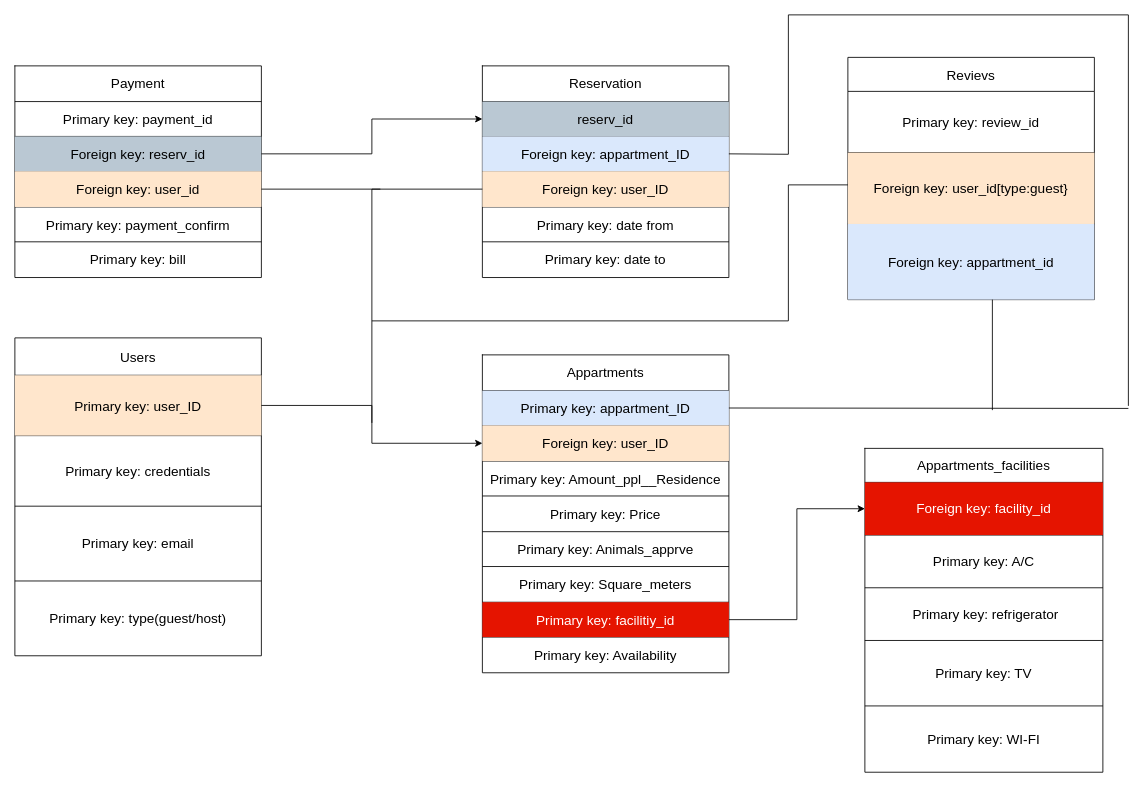
Before: final_01.04.2024.drawio in valebegood/Hometsk_15, a draw.io diagram. Source tidied: cells renumbered, new cells numbered last; positions are measured from the earlier drawing's top-left corner, leaving out a move shared by most shapes. Both pictures are drawn from the tidied source at 85%, with x=0, y=0 at pixel (14, 14).
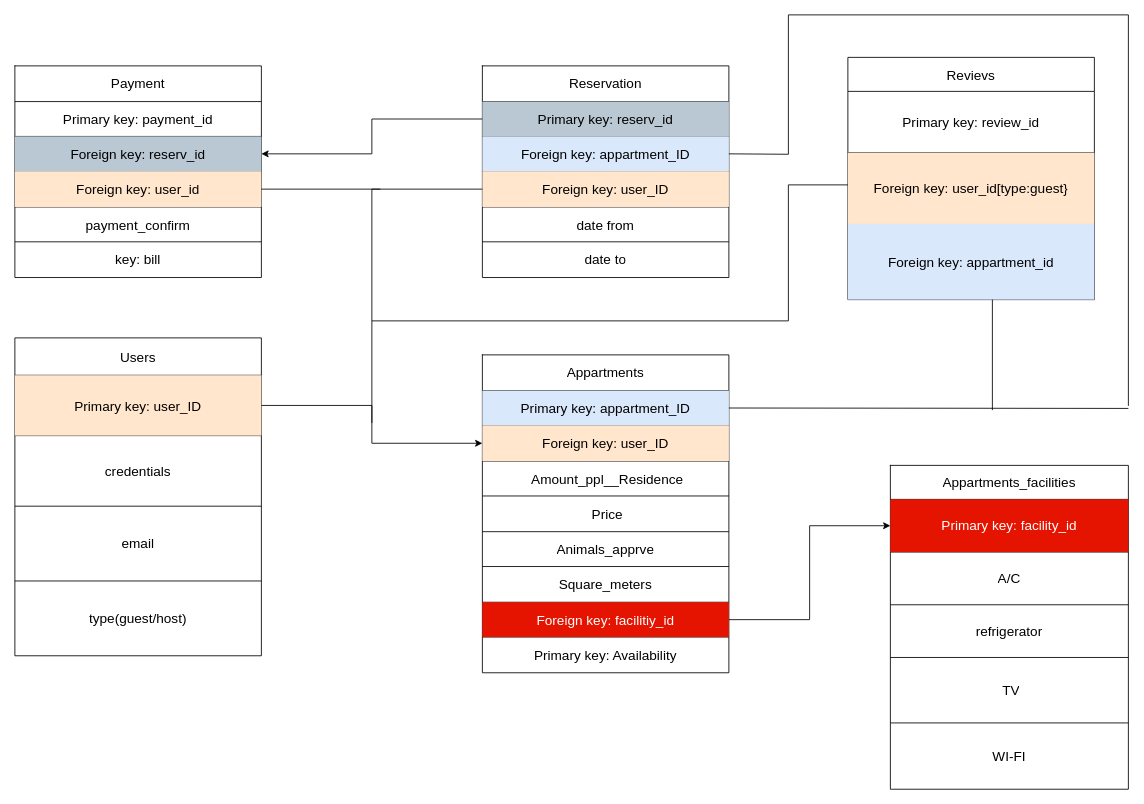
The same diagram, later.

Unchanged cells that the change refers to:
```xml
<mxCell id="5" style="shape=tableRow;horizontal=0;startSize=0;swimlaneHead=0;swimlaneBody=0;strokeColor=inherit;top=0;left=0;bottom=0;right=0;fillColor=none;fontSize=16;" parent="2" vertex="1">
  <mxGeometry y="115" width="290" height="83" as="geometry" />
</mxCell>
<mxCell id="7" style="shape=tableRow;horizontal=0;startSize=0;swimlaneHead=0;swimlaneBody=0;strokeColor=inherit;top=0;left=0;bottom=0;right=0;fillColor=none;fontSize=16;" parent="2" vertex="1">
  <mxGeometry y="198" width="290" height="88" as="geometry" />
</mxCell>
<mxCell id="9" style="shape=tableRow;horizontal=0;startSize=0;swimlaneHead=0;swimlaneBody=0;strokeColor=inherit;top=0;left=0;bottom=0;right=0;fillColor=none;fontSize=16;" parent="2" vertex="1">
  <mxGeometry y="286" width="290" height="88" as="geometry" />
</mxCell>
<mxCell id="18" style="shape=tableRow;horizontal=0;startSize=0;swimlaneHead=0;swimlaneBody=0;strokeColor=inherit;top=0;left=0;bottom=0;right=0;fillColor=none;fontSize=16;" parent="11" vertex="1">
  <mxGeometry y="125" width="290" height="41" as="geometry" />
</mxCell>
<mxCell id="20" style="shape=tableRow;horizontal=0;startSize=0;swimlaneHead=0;swimlaneBody=0;strokeColor=inherit;top=0;left=0;bottom=0;right=0;fillColor=none;fontSize=16;" parent="11" vertex="1">
  <mxGeometry y="166" width="290" height="42" as="geometry" />
</mxCell>
<mxCell id="22" style="shape=tableRow;horizontal=0;startSize=0;swimlaneHead=0;swimlaneBody=0;strokeColor=inherit;top=0;left=0;bottom=0;right=0;fillColor=none;fontSize=16;" parent="11" vertex="1">
  <mxGeometry y="208" width="290" height="41" as="geometry" />
</mxCell>
<mxCell id="24" style="shape=tableRow;horizontal=0;startSize=0;swimlaneHead=0;swimlaneBody=0;strokeColor=inherit;top=0;left=0;bottom=0;right=0;fillColor=none;fontSize=16;" parent="11" vertex="1">
  <mxGeometry y="249" width="290" height="42" as="geometry" />
</mxCell>
<mxCell id="26" style="shape=tableRow;horizontal=0;startSize=0;swimlaneHead=0;swimlaneBody=0;strokeColor=inherit;top=0;left=0;bottom=0;right=0;fillColor=none;points=[[0,0.5],[1,0.5]];portConstraint=eastwest;fontSize=16;" parent="11" vertex="1">
  <mxGeometry y="291" width="290" height="41" as="geometry" />
</mxCell>
<mxCell id="33" style="shape=tableRow;horizontal=0;startSize=0;swimlaneHead=0;swimlaneBody=0;strokeColor=inherit;top=0;left=0;bottom=0;right=0;fillColor=none;points=[[0,0.5],[1,0.5]];portConstraint=eastwest;fontSize=16;" parent="30" vertex="1">
  <mxGeometry y="40" width="280" height="62" as="geometry" />
</mxCell>
<mxCell id="35" style="shape=tableRow;horizontal=0;startSize=0;swimlaneHead=0;swimlaneBody=0;strokeColor=inherit;top=0;left=0;bottom=0;right=0;fillColor=none;fontSize=16;" parent="30" vertex="1">
  <mxGeometry y="102" width="280" height="62" as="geometry" />
</mxCell>
<mxCell id="37" style="shape=tableRow;horizontal=0;startSize=0;swimlaneHead=0;swimlaneBody=0;strokeColor=inherit;top=0;left=0;bottom=0;right=0;fillColor=none;fontSize=16;" parent="30" vertex="1">
  <mxGeometry y="164" width="280" height="62" as="geometry" />
</mxCell>
<mxCell id="39" style="shape=tableRow;horizontal=0;startSize=0;swimlaneHead=0;swimlaneBody=0;strokeColor=inherit;top=0;left=0;bottom=0;right=0;fillColor=none;fontSize=16;" parent="30" vertex="1">
  <mxGeometry y="226" width="280" height="77" as="geometry" />
</mxCell>
<mxCell id="41" style="shape=tableRow;horizontal=0;startSize=0;swimlaneHead=0;swimlaneBody=0;strokeColor=inherit;top=0;left=0;bottom=0;right=0;fillColor=none;fontSize=16;" parent="30" vertex="1">
  <mxGeometry y="303" width="280" height="78" as="geometry" />
</mxCell>
<mxCell id="47" style="shape=tableRow;horizontal=0;startSize=0;swimlaneHead=0;swimlaneBody=0;strokeColor=inherit;top=0;left=0;bottom=0;right=0;fillColor=none;points=[[0,0.5],[1,0.5]];portConstraint=eastwest;fontSize=16;" parent="44" vertex="1">
  <mxGeometry y="42" width="290" height="41" as="geometry" />
</mxCell>
<mxCell id="53" style="shape=tableRow;horizontal=0;startSize=0;swimlaneHead=0;swimlaneBody=0;strokeColor=inherit;top=0;left=0;bottom=0;right=0;fillColor=none;fontSize=16;" parent="44" vertex="1">
  <mxGeometry y="166" width="290" height="41" as="geometry" />
</mxCell>
<mxCell id="55" style="shape=tableRow;horizontal=0;startSize=0;swimlaneHead=0;swimlaneBody=0;strokeColor=inherit;top=0;left=0;bottom=0;right=0;fillColor=none;fontSize=16;" parent="44" vertex="1">
  <mxGeometry y="207" width="290" height="42" as="geometry" />
</mxCell>
<mxCell id="62" style="shape=tableRow;horizontal=0;startSize=0;swimlaneHead=0;swimlaneBody=0;strokeColor=inherit;top=0;left=0;bottom=0;right=0;fillColor=none;points=[[0,0.5],[1,0.5]];portConstraint=eastwest;fontSize=16;" parent="57" vertex="1">
  <mxGeometry y="83" width="290" height="41" as="geometry" />
</mxCell>
<mxCell id="66" style="shape=tableRow;horizontal=0;startSize=0;swimlaneHead=0;swimlaneBody=0;strokeColor=inherit;top=0;left=0;bottom=0;right=0;fillColor=none;fontSize=16;" parent="57" vertex="1">
  <mxGeometry y="166" width="290" height="41" as="geometry" />
</mxCell>
<mxCell id="68" style="shape=tableRow;horizontal=0;startSize=0;swimlaneHead=0;swimlaneBody=0;strokeColor=inherit;top=0;left=0;bottom=0;right=0;fillColor=none;fontSize=16;" parent="57" vertex="1">
  <mxGeometry y="207" width="290" height="42" as="geometry" />
</mxCell>
```

What changed in the source:
```diff
@@
-    <mxCell id="6" value="Primary key: credentials" style="shape=partialRectangle;html=1;whiteSpace=wrap;strokeColor=inherit;overflow=hidden;fillColor=none;top=0;left=0;bottom=0;right=0;fontSize=16;" parent="5" vertex="1">
+    <mxCell id="6" value="credentials" style="shape=partialRectangle;html=1;whiteSpace=wrap;strokeColor=inherit;overflow=hidden;fillColor=none;top=0;left=0;bottom=0;right=0;fontSize=16;" parent="5" vertex="1">
       <mxGeometry width="290" height="83" as="geometry" />
     </mxCell>
@@
-    <mxCell id="8" value="Primary key: email" style="shape=partialRectangle;html=1;whiteSpace=wrap;strokeColor=inherit;overflow=hidden;fillColor=none;top=0;left=0;bottom=0;right=0;fontSize=16;" parent="7" vertex="1">
+    <mxCell id="8" value="email" style="shape=partialRectangle;html=1;whiteSpace=wrap;strokeColor=inherit;overflow=hidden;fillColor=none;top=0;left=0;bottom=0;right=0;fontSize=16;" parent="7" vertex="1">
       <mxGeometry width="290" height="88" as="geometry" />
     </mxCell>
@@
-    <mxCell id="10" value="Primary key: type(guest/host)" style="shape=partialRectangle;html=1;whiteSpace=wrap;strokeColor=inherit;overflow=hidden;fillColor=none;top=0;left=0;bottom=0;right=0;fontSize=16;" parent="9" vertex="1">
+    <mxCell id="10" value="type(guest/host)" style="shape=partialRectangle;html=1;whiteSpace=wrap;strokeColor=inherit;overflow=hidden;fillColor=none;top=0;left=0;bottom=0;right=0;fontSize=16;" parent="9" vertex="1">
       <mxGeometry width="290" height="88" as="geometry" />
     </mxCell>
@@
-    <mxCell id="19" value="Primary key: Amount_ppl__Residence" style="shape=partialRectangle;html=1;whiteSpace=wrap;strokeColor=inherit;overflow=hidden;fillColor=none;top=0;left=0;bottom=0;right=0;fontSize=16;" parent="18" vertex="1">
+    <mxCell id="19" value="&amp;nbsp;Amount_ppl__Residence" style="shape=partialRectangle;html=1;whiteSpace=wrap;strokeColor=inherit;overflow=hidden;fillColor=none;top=0;left=0;bottom=0;right=0;fontSize=16;" parent="18" vertex="1">
       <mxGeometry width="290" height="41" as="geometry" />
     </mxCell>
@@
-    <mxCell id="21" value="Primary key: Price" style="shape=partialRectangle;html=1;whiteSpace=wrap;strokeColor=inherit;overflow=hidden;fillColor=none;top=0;left=0;bottom=0;right=0;fontSize=16;" parent="20" vertex="1">
+    <mxCell id="21" value="&amp;nbsp;Price" style="shape=partialRectangle;html=1;whiteSpace=wrap;strokeColor=inherit;overflow=hidden;fillColor=none;top=0;left=0;bottom=0;right=0;fontSize=16;" parent="20" vertex="1">
       <mxGeometry width="290" height="42" as="geometry" />
     </mxCell>
@@
-    <mxCell id="23" value="Primary key: Animals_apprve" style="shape=partialRectangle;html=1;whiteSpace=wrap;strokeColor=inherit;overflow=hidden;fillColor=none;top=0;left=0;bottom=0;right=0;fontSize=16;" parent="22" vertex="1">
+    <mxCell id="23" value="Animals_apprve" style="shape=partialRectangle;html=1;whiteSpace=wrap;strokeColor=inherit;overflow=hidden;fillColor=none;top=0;left=0;bottom=0;right=0;fontSize=16;" parent="22" vertex="1">
       <mxGeometry width="290" height="41" as="geometry" />
     </mxCell>
@@
-    <mxCell id="25" value="Primary key: Square_meters" style="shape=partialRectangle;html=1;whiteSpace=wrap;strokeColor=inherit;overflow=hidden;fillColor=none;top=0;left=0;bottom=0;right=0;fontSize=16;" parent="24" vertex="1">
+    <mxCell id="25" value="Square_meters" style="shape=partialRectangle;html=1;whiteSpace=wrap;strokeColor=inherit;overflow=hidden;fillColor=none;top=0;left=0;bottom=0;right=0;fontSize=16;" parent="24" vertex="1">
       <mxGeometry width="290" height="42" as="geometry" />
     </mxCell>
@@
-    <mxCell id="27" value="Primary key: facilitiy_id" style="shape=partialRectangle;html=1;whiteSpace=wrap;strokeColor=#B20000;overflow=hidden;fillColor=#e51400;top=0;left=0;bottom=0;right=0;fontSize=16;fontColor=#ffffff;" parent="26" vertex="1">
+    <mxCell id="27" value="Foreign key: facilitiy_id" style="shape=partialRectangle;html=1;whiteSpace=wrap;strokeColor=#B20000;overflow=hidden;fillColor=#e51400;top=0;left=0;bottom=0;right=0;fontSize=16;fontColor=#ffffff;" parent="26" vertex="1">
       <mxGeometry width="290" height="41" as="geometry" />
     </mxCell>
@@
     <mxCell id="30" style="shape=table;startSize=0;childLayout=tableLayout;fontSize=16;" parent="1" vertex="1">
-      <mxGeometry x="1000" y="510" width="280" height="381" as="geometry" />
+      <mxGeometry x="1030" y="530" width="280" height="381" as="geometry" />
     </mxCell>
@@
-    <mxCell id="34" value="Foreign key: facility_id" style="shape=partialRectangle;html=1;whiteSpace=wrap;strokeColor=#B20000;overflow=hidden;fillColor=#e51400;top=0;left=0;bottom=0;right=0;fontSize=16;fontColor=#ffffff;" parent="33" vertex="1">
+    <mxCell id="34" value="Primary key: facility_id" style="shape=partialRectangle;html=1;whiteSpace=wrap;strokeColor=#B20000;overflow=hidden;fillColor=#e51400;top=0;left=0;bottom=0;right=0;fontSize=16;fontColor=#ffffff;" parent="33" vertex="1">
       <mxGeometry width="280" height="62" as="geometry" />
     </mxCell>
@@
-    <mxCell id="36" value="Primary key: A/C" style="shape=partialRectangle;html=1;whiteSpace=wrap;strokeColor=inherit;overflow=hidden;fillColor=none;top=0;left=0;bottom=0;right=0;fontSize=16;" parent="35" vertex="1">
+    <mxCell id="36" value="A/C" style="shape=partialRectangle;html=1;whiteSpace=wrap;strokeColor=inherit;overflow=hidden;fillColor=none;top=0;left=0;bottom=0;right=0;fontSize=16;" parent="35" vertex="1">
       <mxGeometry width="280" height="62" as="geometry" />
     </mxCell>
@@
-    <mxCell id="38" value="&amp;nbsp;Primary key: refrigerator" style="shape=partialRectangle;html=1;whiteSpace=wrap;strokeColor=inherit;overflow=hidden;fillColor=none;top=0;left=0;bottom=0;right=0;fontSize=16;" parent="37" vertex="1">
+    <mxCell id="38" value="refrigerator" style="shape=partialRectangle;html=1;whiteSpace=wrap;strokeColor=inherit;overflow=hidden;fillColor=none;top=0;left=0;bottom=0;right=0;fontSize=16;" parent="37" vertex="1">
       <mxGeometry width="280" height="62" as="geometry" />
     </mxCell>
@@
-    <mxCell id="40" value="Primary key: TV" style="shape=partialRectangle;html=1;whiteSpace=wrap;strokeColor=inherit;overflow=hidden;fillColor=none;top=0;left=0;bottom=0;right=0;fontSize=16;" parent="39" vertex="1">
+    <mxCell id="40" value="&amp;nbsp;TV" style="shape=partialRectangle;html=1;whiteSpace=wrap;strokeColor=inherit;overflow=hidden;fillColor=none;top=0;left=0;bottom=0;right=0;fontSize=16;" parent="39" vertex="1">
       <mxGeometry width="280" height="77" as="geometry" />
     </mxCell>
@@
-    <mxCell id="42" value="Primary key: WI-FI" style="shape=partialRectangle;html=1;whiteSpace=wrap;strokeColor=inherit;overflow=hidden;fillColor=none;top=0;left=0;bottom=0;right=0;fontSize=16;" parent="41" vertex="1">
+    <mxCell id="42" value="WI-FI" style="shape=partialRectangle;html=1;whiteSpace=wrap;strokeColor=inherit;overflow=hidden;fillColor=none;top=0;left=0;bottom=0;right=0;fontSize=16;" parent="41" vertex="1">
       <mxGeometry width="280" height="78" as="geometry" />
     </mxCell>
@@
-    <mxCell id="48" value="reserv_id" style="shape=partialRectangle;html=1;whiteSpace=wrap;strokeColor=#23445d;overflow=hidden;fillColor=#bac8d3;top=0;left=0;bottom=0;right=0;fontSize=16;" parent="47" vertex="1">
+    <mxCell id="48" value="Primary key: reserv_id" style="shape=partialRectangle;html=1;whiteSpace=wrap;strokeColor=#23445d;overflow=hidden;fillColor=#bac8d3;top=0;left=0;bottom=0;right=0;fontSize=16;" parent="47" vertex="1">
       <mxGeometry width="290" height="41" as="geometry" />
     </mxCell>
@@
-    <mxCell id="54" value="Primary key: date from" style="shape=partialRectangle;html=1;whiteSpace=wrap;strokeColor=inherit;overflow=hidden;fillColor=none;top=0;left=0;bottom=0;right=0;fontSize=16;" parent="53" vertex="1">
+    <mxCell id="54" value="date from" style="shape=partialRectangle;html=1;whiteSpace=wrap;strokeColor=inherit;overflow=hidden;fillColor=none;top=0;left=0;bottom=0;right=0;fontSize=16;" parent="53" vertex="1">
       <mxGeometry width="290" height="41" as="geometry" />
     </mxCell>
@@
-    <mxCell id="56" value="Primary key: date to" style="shape=partialRectangle;html=1;whiteSpace=wrap;strokeColor=inherit;overflow=hidden;fillColor=none;top=0;left=0;bottom=0;right=0;fontSize=16;" parent="55" vertex="1">
+    <mxCell id="56" value="date to" style="shape=partialRectangle;html=1;whiteSpace=wrap;strokeColor=inherit;overflow=hidden;fillColor=none;top=0;left=0;bottom=0;right=0;fontSize=16;" parent="55" vertex="1">
       <mxGeometry width="290" height="42" as="geometry" />
     </mxCell>
@@
-    <mxCell id="67" value="Primary key: payment_confirm" style="shape=partialRectangle;html=1;whiteSpace=wrap;strokeColor=inherit;overflow=hidden;fillColor=none;top=0;left=0;bottom=0;right=0;fontSize=16;" parent="66" vertex="1">
+    <mxCell id="67" value="payment_confirm" style="shape=partialRectangle;html=1;whiteSpace=wrap;strokeColor=inherit;overflow=hidden;fillColor=none;top=0;left=0;bottom=0;right=0;fontSize=16;" parent="66" vertex="1">
       <mxGeometry width="290" height="41" as="geometry" />
     </mxCell>
@@
-    <mxCell id="69" value="Primary key: bill" style="shape=partialRectangle;html=1;whiteSpace=wrap;strokeColor=inherit;overflow=hidden;fillColor=none;top=0;left=0;bottom=0;right=0;fontSize=16;" parent="68" vertex="1">
+    <mxCell id="69" value="key: bill" style="shape=partialRectangle;html=1;whiteSpace=wrap;strokeColor=inherit;overflow=hidden;fillColor=none;top=0;left=0;bottom=0;right=0;fontSize=16;" parent="68" vertex="1">
       <mxGeometry width="290" height="42" as="geometry" />
     </mxCell>
@@
-    <mxCell id="85" style="edgeStyle=orthogonalEdgeStyle;rounded=0;jettySize=auto;html=1;exitX=1;exitY=0.5;exitDx=0;exitDy=0;entryX=0;entryY=0.5;entryDx=0;entryDy=0;" parent="1" edge="1" source="62" target="47">
-      <mxGeometry relative="1" as="geometry" />
-    </mxCell>
@@
+    <mxCell id="87" style="edgeStyle=orthogonalEdgeStyle;rounded=0;jettySize=auto;html=1;exitX=0;exitY=0.5;exitDx=0;exitDy=0;entryX=1;entryY=0.5;entryDx=0;entryDy=0;" parent="1" edge="1" source="47" target="62">
+      <mxGeometry relative="1" as="geometry" />
+    </mxCell>
```
